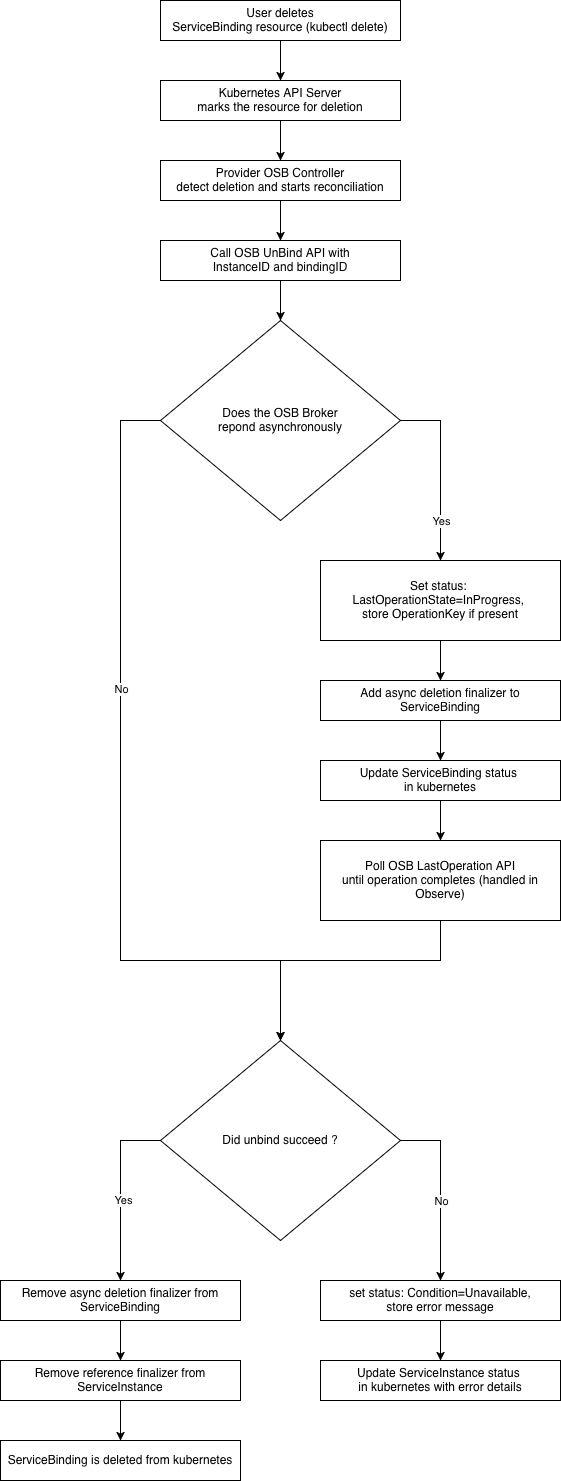
Above: docs/images/ServiceBinding_delete.png in orange-cloudfoundry/provider-osb (draw.io), before the change. Source tidied: cells renumbered, new cells last; positions are measured from the earlier drawing's top-left corner, leaving out a move shared by most shapes.
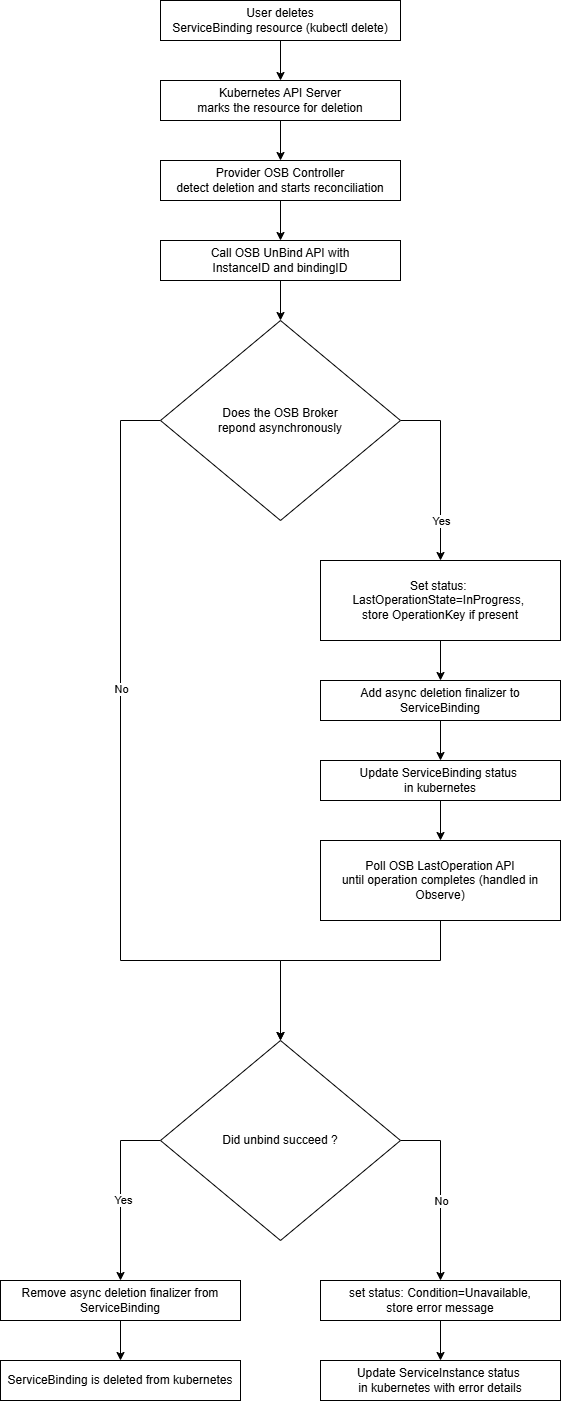
Later version of the same file.

Commit message:
feat[bindings]: remove links between service bindings and instances REF: #31

Change to the diagram source:
```diff
@@ -90,8 +90,10 @@
     <mxCell id="23" value="Did unbind succeed ?" style="rhombus;whiteSpace=wrap;html=1;" parent="1" vertex="1">
       <mxGeometry x="160" y="1040" width="240" height="200" as="geometry" />
     </mxCell>
-    <mxCell id="24" style="edgeStyle=orthogonalEdgeStyle;rounded=0;jettySize=auto;html=1;entryX=0.5;entryY=0;entryDx=0;entryDy=0;" parent="1" edge="1" source="25" target="30">
-      <mxGeometry relative="1" as="geometry" />
+    <mxCell id="24" style="edgeStyle=orthogonalEdgeStyle;rounded=0;jettySize=auto;html=1;entryX=0.5;entryY=0;entryDx=0;entryDy=0;" parent="1" edge="1" source="25">
+      <mxGeometry relative="1" as="geometry">
+        <mxPoint x="120" y="1360" as="targetPoint" />
+      </mxGeometry>
     </mxCell>
     <mxCell id="25" value="Remove async deletion finalizer from ServiceBinding" style="rounded=0;whiteSpace=wrap;html=1;" parent="1" vertex="1">
       <mxGeometry y="1280" width="240" height="40" as="geometry" />
@@ -105,14 +107,8 @@
     <mxCell id="28" value="&lt;div&gt;Update ServiceInstance status&amp;nbsp;&lt;/div&gt;&lt;div&gt;in kubernetes with error details&lt;/div&gt;" style="rounded=0;whiteSpace=wrap;html=1;" parent="1" vertex="1">
       <mxGeometry x="320" y="1360" width="240" height="40" as="geometry" />
     </mxCell>
-    <mxCell id="29" style="edgeStyle=orthogonalEdgeStyle;rounded=0;jettySize=auto;html=1;entryX=0.5;entryY=0;entryDx=0;entryDy=0;" parent="1" edge="1" source="30" target="31">
-      <mxGeometry relative="1" as="geometry" />
-    </mxCell>
-    <mxCell id="30" value="Remove reference finalizer from ServiceInstance" style="rounded=0;whiteSpace=wrap;html=1;" parent="1" vertex="1">
-      <mxGeometry y="1360" width="240" height="40" as="geometry" />
-    </mxCell>
     <mxCell id="31" value="&lt;div&gt;ServiceBinding is deleted from kubernetes&lt;/div&gt;" style="rounded=0;whiteSpace=wrap;html=1;" parent="1" vertex="1">
-      <mxGeometry y="1440" width="240" height="40" as="geometry" />
+      <mxGeometry y="1360" width="240" height="40" as="geometry" />
     </mxCell>
     <mxCell id="32" style="edgeStyle=orthogonalEdgeStyle;rounded=0;jettySize=auto;html=1;entryX=0.5;entryY=0;entryDx=0;entryDy=0;" parent="1" edge="1" source="33" target="35">
       <mxGeometry relative="1" as="geometry" />
```
